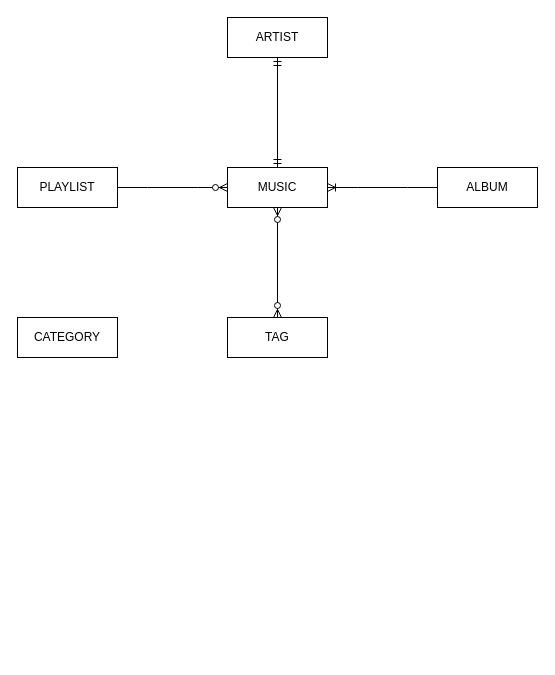
yindongjun/zmusic keeps this draw.io diagram as docs/uml/Music.drawio. Above is the earlier version. Source tidied: cells renumbered, new cells numbered last; positions are measured from the earlier drawing's top-left corner, leaving out a move shared by most shapes. Both pictures are drawn from the tidied source at 100%, with x=0, y=0 at pixel (17, 17).
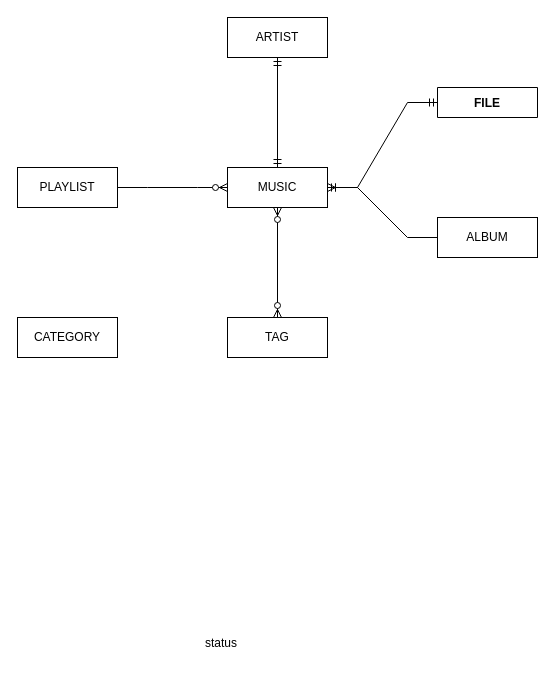
Above is the later version.

Diff of the diagram source:
```diff
@@
 <mxGraphModel>
   <root>
     <mxCell id="0" />
     <mxCell id="1" parent="0" />
     <mxCell id="2" value="ALBUM" style="whiteSpace=wrap;html=1;align=center;" parent="1" vertex="1">
-      <mxGeometry x="420" y="150" width="100" height="40" as="geometry" />
+      <mxGeometry x="420" y="200" width="100" height="40" as="geometry" />
     </mxCell>
     <mxCell id="3" value="MUSIC" style="whiteSpace=wrap;html=1;align=center;" parent="1" vertex="1">
       <mxGeometry x="210" y="150" width="100" height="40" as="geometry" />
     </mxCell>
     <mxCell id="4" value="ARTIST" style="whiteSpace=wrap;html=1;align=center;" parent="1" vertex="1">
       <mxGeometry x="210" width="100" height="40" as="geometry" />
     </mxCell>
     <mxCell id="5" style="fontSize=12;html=1;endArrow=ERmandOne;startArrow=ERmandOne;rounded=0;entryX=0.5;entryY=1;entryDx=0;entryDy=0;exitX=0.5;exitY=0;exitDx=0;exitDy=0;" parent="1" edge="1" source="3" target="4">
       <mxGeometry relative="1" as="geometry" />
     </mxCell>
     <mxCell id="6" value="TAG" style="whiteSpace=wrap;html=1;align=center;" parent="1" vertex="1">
       <mxGeometry x="210" y="300" width="100" height="40" as="geometry" />
     </mxCell>
     <mxCell id="7" value="PLAYLIST" style="whiteSpace=wrap;html=1;align=center;" parent="1" vertex="1">
       <mxGeometry y="150" width="100" height="40" as="geometry" />
     </mxCell>
     <mxCell id="8" value="CATEGORY" style="whiteSpace=wrap;html=1;align=center;" parent="1" vertex="1">
       <mxGeometry y="300" width="100" height="40" as="geometry" />
     </mxCell>
     <mxCell id="9" style="edgeStyle=entityRelationEdgeStyle;fontSize=12;html=1;endArrow=ERoneToMany;rounded=0;entryX=1;entryY=0.5;entryDx=0;entryDy=0;exitX=0;exitY=0.5;exitDx=0;exitDy=0;" parent="1" edge="1" source="2" target="3">
       <mxGeometry relative="1" as="geometry" />
     </mxCell>
     <mxCell id="10" style="fontSize=12;html=1;endArrow=ERzeroToMany;endFill=1;startArrow=ERzeroToMany;rounded=0;exitX=0.5;exitY=0;exitDx=0;exitDy=0;entryX=0.5;entryY=1;entryDx=0;entryDy=0;" parent="1" edge="1" source="6" target="3">
       <mxGeometry relative="1" as="geometry" />
     </mxCell>
     <mxCell id="11" style="edgeStyle=entityRelationEdgeStyle;fontSize=12;html=1;endArrow=ERzeroToMany;endFill=1;rounded=0;entryX=0;entryY=0.5;entryDx=0;entryDy=0;exitX=1;exitY=0.5;exitDx=0;exitDy=0;" parent="1" edge="1" source="7" target="3">
       <mxGeometry relative="1" as="geometry" />
     </mxCell>
+    <mxCell id="12" style="edgeStyle=entityRelationEdgeStyle;fontSize=12;html=1;endArrow=ERmandOne;startArrow=ERmandOne;rounded=0;exitX=1;exitY=0.5;exitDx=0;exitDy=0;entryX=0;entryY=0.5;entryDx=0;entryDy=0;" parent="1" edge="1" source="3" target="13">
+      <mxGeometry relative="1" as="geometry" />
+    </mxCell>
+    <mxCell id="13" value="FILE" style="shape=table;startSize=30;childLayout=tableLayout;rowLines=0;fontStyle=1;align=center;" parent="1" vertex="1" collapsed="1">
+      <mxGeometry x="420" y="70" width="100" height="30" as="geometry" />
+    </mxCell>
+    <mxCell id="14" style="shape=partialRectangle;fillColor=none;top=0;left=0;bottom=0;right=0;" parent="1" vertex="1">
+      <mxGeometry x="150" y="610" width="180" height="30" as="geometry" />
+    </mxCell>
+    <mxCell id="15" style="shape=partialRectangle;fillColor=none;top=0;left=0;bottom=0;right=0;overflow=hidden;" parent="14" vertex="1">
+      <mxGeometry width="30" height="30" as="geometry" />
+    </mxCell>
+    <mxCell id="16" value="status" style="shape=partialRectangle;fillColor=none;top=0;left=0;bottom=0;right=0;align=left;spacingLeft=6;overflow=hidden;" parent="14" vertex="1">
+      <mxGeometry x="30" width="150" height="30" as="geometry" />
+    </mxCell>
   </root>
 </mxGraphModel>
```
